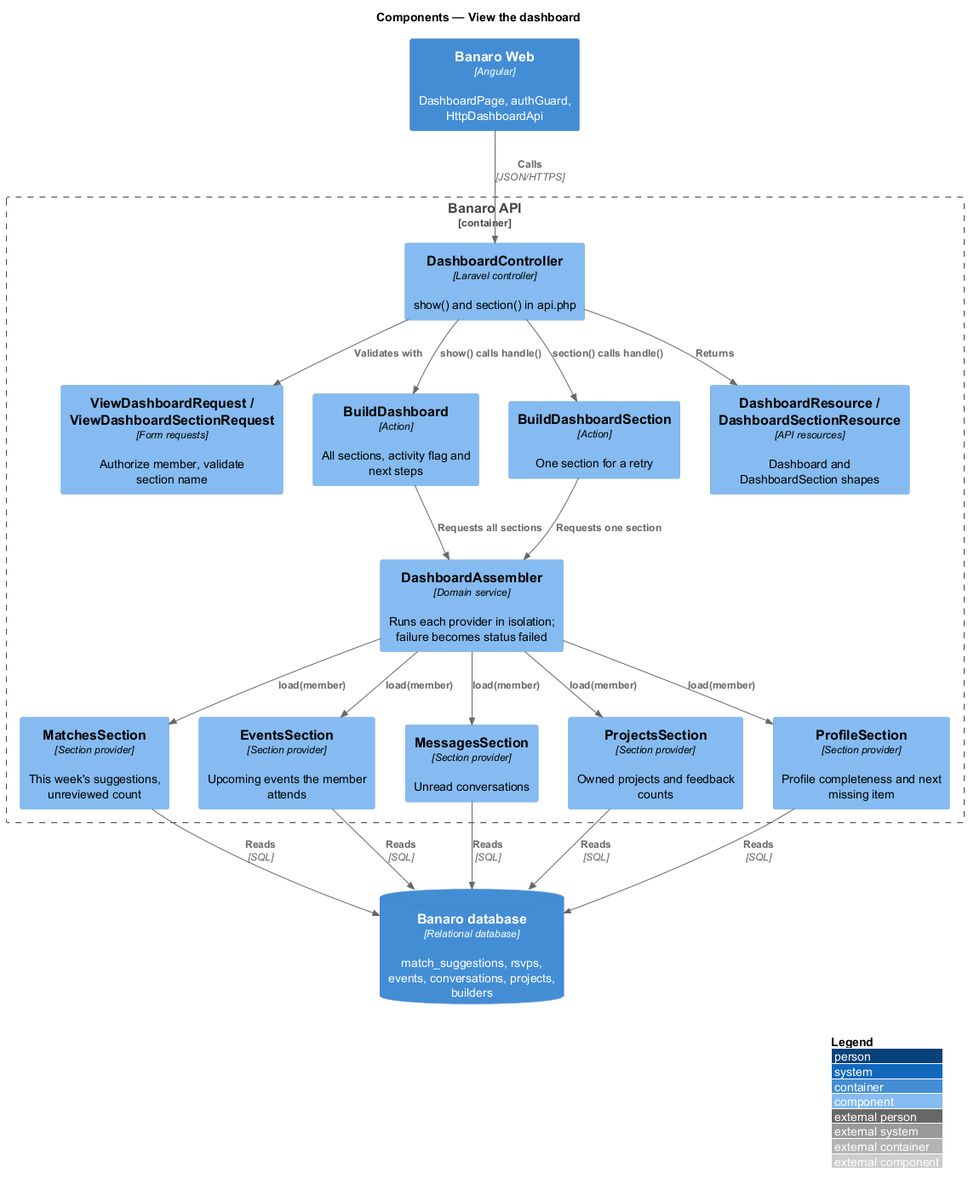
QuinntyneBrown/banaro keeps this PlantUML diagram as docs/detailed-designs/dashboard/view-dashboard/diagrams/c4-component.png. Above is the earlier version. Its diagram source:
```plantuml
@startuml
!include <C4/C4_Component>
LAYOUT_WITH_LEGEND()
title Components — View the dashboard

Container(web, "Banaro Web", "Angular", "DashboardPage, authGuard, HttpDashboardApi")
ContainerDb(db, "Banaro database", "Relational database", "match_suggestions, rsvps, events, conversations, projects, builders")

Container_Boundary(api, "Banaro API") {
  Component(ctrl, "DashboardController", "Laravel controller", "show() and section() in api.php")
  Component(req, "ViewDashboardRequest / ViewDashboardSectionRequest", "Form requests", "Authorize member, validate section name")
  Component(build, "BuildDashboard", "Action", "All sections, activity flag and next steps")
  Component(buildOne, "BuildDashboardSection", "Action", "One section for a retry")
  Component(assembler, "DashboardAssembler", "Domain service", "Runs each provider in isolation; failure becomes status failed")
  Component(matches, "MatchesSection", "Section provider", "This week's suggestions, unreviewed count")
  Component(events, "EventsSection", "Section provider", "Upcoming events the member attends")
  Component(messages, "MessagesSection", "Section provider", "Unread conversations")
  Component(projects, "ProjectsSection", "Section provider", "Owned projects and feedback counts")
  Component(profile, "ProfileSection", "Section provider", "Profile completeness and next missing item")
  Component(resource, "DashboardResource / DashboardSectionResource", "API resources", "Dashboard and DashboardSection shapes")
}

Rel(web, ctrl, "Calls", "JSON/HTTPS")
Rel(ctrl, req, "Validates with")
Rel(ctrl, build, "show() calls handle()")
Rel(ctrl, buildOne, "section() calls handle()")
Rel(ctrl, resource, "Returns")
Rel(build, assembler, "Requests all sections")
Rel(buildOne, assembler, "Requests one section")
Rel(assembler, matches, "load(member)")
Rel(assembler, events, "load(member)")
Rel(assembler, messages, "load(member)")
Rel(assembler, projects, "load(member)")
Rel(assembler, profile, "load(member)")
Rel(matches, db, "Reads", "SQL")
Rel(events, db, "Reads", "SQL")
Rel(messages, db, "Reads", "SQL")
Rel(projects, db, "Reads", "SQL")
Rel(profile, db, "Reads", "SQL")
@enduml
```
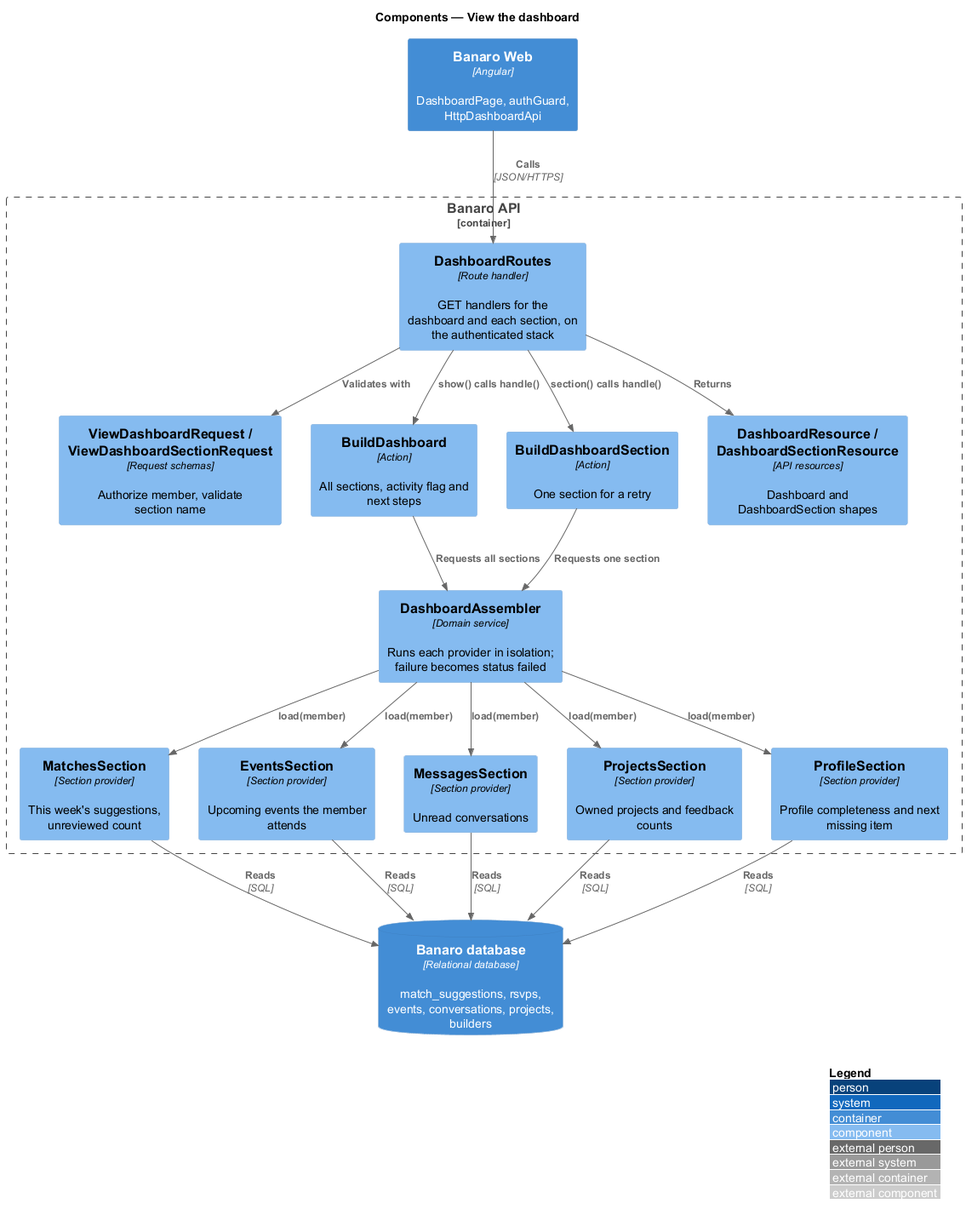
The same diagram one commit later.

Diff of the diagram source:
```diff
@@ -7,8 +7,8 @@
 ContainerDb(db, "Banaro database", "Relational database", "match_suggestions, rsvps, events, conversations, projects, builders")
 
 Container_Boundary(api, "Banaro API") {
-  Component(ctrl, "DashboardController", "Laravel controller", "show() and section() in api.php")
-  Component(req, "ViewDashboardRequest / ViewDashboardSectionRequest", "Form requests", "Authorize member, validate section name")
+  Component(ctrl, "DashboardRoutes", "Route handler", "GET handlers for the dashboard and each section, on the authenticated stack")
+  Component(req, "ViewDashboardRequest / ViewDashboardSectionRequest", "Request schemas", "Authorize member, validate section name")
   Component(build, "BuildDashboard", "Action", "All sections, activity flag and next steps")
   Component(buildOne, "BuildDashboardSection", "Action", "One section for a retry")
   Component(assembler, "DashboardAssembler", "Domain service", "Runs each provider in isolation; failure becomes status failed")
```
